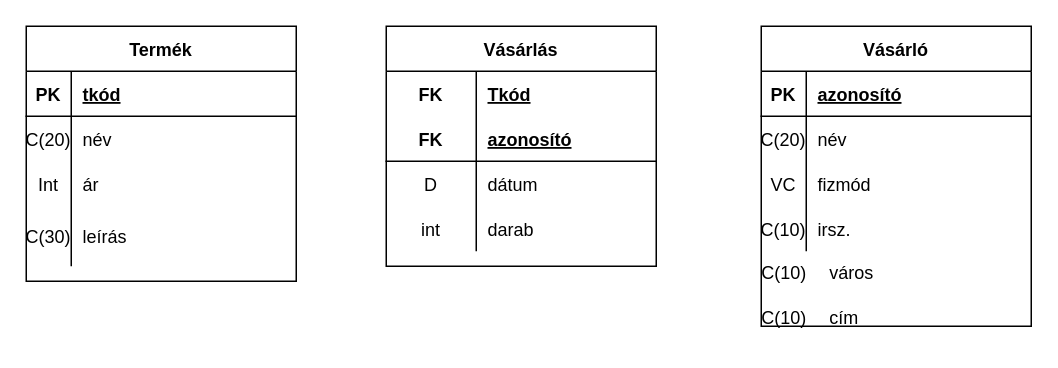
This is page "EZ3YRC_5.1" (1 of 5) of EZ3YRC_1011/5.ora.drawio from Ddavid111/EZ3YRC_DB1Gyak, a draw.io file, before an edit. Source tidied: cells renumbered, new cells numbered last; positions are measured from the earlier drawing's top-left corner, leaving out a move shared by most shapes. Both pictures are drawn from the tidied source at 150%, with x=0, y=0 at pixel (26, 26).
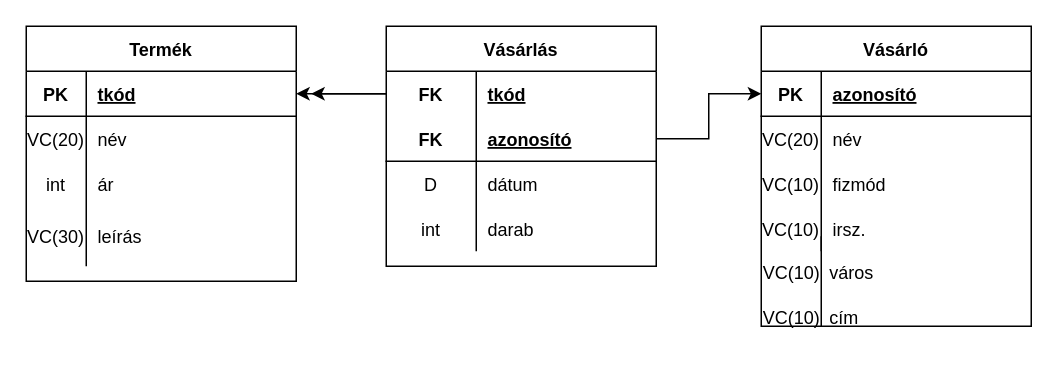
The same page after the edit.

Unchanged cells that the change refers to:
```xml
<mxCell id="3" style="shape=tableRow;horizontal=0;startSize=0;swimlaneHead=0;swimlaneBody=0;fillColor=none;points=[[0,0.5],[1,0.5]];portConstraint=eastwest;top=0;left=0;right=0;bottom=1;" parent="2" vertex="1">
  <mxGeometry y="30" width="180" height="30" as="geometry" />
</mxCell>
<mxCell id="6" style="shape=tableRow;horizontal=0;startSize=0;swimlaneHead=0;swimlaneBody=0;fillColor=none;top=0;left=0;right=0;bottom=0;" parent="2" vertex="1">
  <mxGeometry y="60" width="180" height="30" as="geometry" />
</mxCell>
<mxCell id="9" style="shape=tableRow;horizontal=0;startSize=0;swimlaneHead=0;swimlaneBody=0;fillColor=none;top=0;left=0;right=0;bottom=0;" parent="2" vertex="1">
  <mxGeometry y="90" width="180" height="30" as="geometry" />
</mxCell>
<mxCell id="12" style="shape=tableRow;horizontal=0;startSize=0;swimlaneHead=0;swimlaneBody=0;fillColor=none;top=0;left=0;right=0;bottom=0;" parent="2" vertex="1">
  <mxGeometry y="120" width="180" height="40" as="geometry" />
</mxCell>
<mxCell id="16" style="shape=tableRow;horizontal=0;startSize=0;swimlaneHead=0;swimlaneBody=0;fillColor=none;points=[[0,0.5],[1,0.5]];portConstraint=eastwest;top=0;left=0;right=0;bottom=1;" parent="15" vertex="1">
  <mxGeometry y="30" width="180" height="30" as="geometry" />
</mxCell>
<mxCell id="19" style="shape=tableRow;horizontal=0;startSize=0;swimlaneHead=0;swimlaneBody=0;fillColor=none;top=0;left=0;right=0;bottom=0;" parent="15" vertex="1">
  <mxGeometry y="60" width="180" height="30" as="geometry" />
</mxCell>
<mxCell id="22" style="shape=tableRow;horizontal=0;startSize=0;swimlaneHead=0;swimlaneBody=0;fillColor=none;top=0;left=0;right=0;bottom=0;" parent="15" vertex="1">
  <mxGeometry y="90" width="180" height="30" as="geometry" />
</mxCell>
<mxCell id="25" style="shape=tableRow;horizontal=0;startSize=0;swimlaneHead=0;swimlaneBody=0;fillColor=none;top=0;left=0;right=0;bottom=0;" parent="15" vertex="1">
  <mxGeometry y="120" width="180" height="30" as="geometry" />
</mxCell>
<mxCell id="33" style="shape=tableRow;horizontal=0;startSize=0;swimlaneHead=0;swimlaneBody=0;fillColor=none;points=[[0,0.5],[1,0.5]];portConstraint=eastwest;top=0;left=0;right=0;bottom=0;" parent="32" vertex="1">
  <mxGeometry y="30" width="180" height="30" as="geometry" />
</mxCell>
<mxCell id="36" style="shape=tableRow;horizontal=0;startSize=0;swimlaneHead=0;swimlaneBody=0;fillColor=none;points=[[0,0.5],[1,0.5]];portConstraint=eastwest;top=0;left=0;right=0;bottom=1;" parent="32" vertex="1">
  <mxGeometry y="60" width="180" height="30" as="geometry" />
</mxCell>
```

Change to the diagram source:
```diff
@@
     <mxCell id="4" value="PK" style="shape=partialRectangle;fillColor=none;top=0;left=0;bottom=0;right=0;fontStyle=1;overflow=hidden;" parent="3" vertex="1">
-      <mxGeometry width="30" height="30" as="geometry" />
+      <mxGeometry width="40" height="30" as="geometry" />
     </mxCell>
     <mxCell id="5" value="tkód" style="shape=partialRectangle;fillColor=none;top=0;left=0;bottom=0;right=0;align=left;spacingLeft=6;fontStyle=5;overflow=hidden;" parent="3" vertex="1">
-      <mxGeometry x="30" width="150" height="30" as="geometry" />
+      <mxGeometry x="40" width="140" height="30" as="geometry" />
     </mxCell>
@@
-    <mxCell id="7" value="C(20)" style="shape=partialRectangle;fillColor=none;top=0;left=0;bottom=0;right=0;overflow=hidden;" parent="6" vertex="1">
-      <mxGeometry width="30" height="30" as="geometry" />
+    <mxCell id="7" value="VC(20)" style="shape=partialRectangle;fillColor=none;top=0;left=0;bottom=0;right=0;overflow=hidden;" parent="6" vertex="1">
+      <mxGeometry width="40" height="30" as="geometry" />
     </mxCell>
     <mxCell id="8" value="név" style="shape=partialRectangle;fillColor=none;top=0;left=0;bottom=0;right=0;align=left;spacingLeft=6;overflow=hidden;" parent="6" vertex="1">
-      <mxGeometry x="30" width="150" height="30" as="geometry" />
+      <mxGeometry x="40" width="140" height="30" as="geometry" />
     </mxCell>
@@
-    <mxCell id="10" value="Int" style="shape=partialRectangle;fillColor=none;top=0;left=0;bottom=0;right=0;overflow=hidden;" parent="9" vertex="1">
-      <mxGeometry width="30" height="30" as="geometry" />
+    <mxCell id="10" value="int" style="shape=partialRectangle;fillColor=none;top=0;left=0;bottom=0;right=0;overflow=hidden;" parent="9" vertex="1">
+      <mxGeometry width="40" height="30" as="geometry" />
     </mxCell>
     <mxCell id="11" value="ár" style="shape=partialRectangle;fillColor=none;top=0;left=0;bottom=0;right=0;align=left;spacingLeft=6;overflow=hidden;" parent="9" vertex="1">
-      <mxGeometry x="30" width="150" height="30" as="geometry" />
+      <mxGeometry x="40" width="140" height="30" as="geometry" />
     </mxCell>
@@
-    <mxCell id="13" value="C(30)" style="shape=partialRectangle;fillColor=none;top=0;left=0;bottom=0;right=0;overflow=hidden;" parent="12" vertex="1">
-      <mxGeometry width="30" height="40" as="geometry" />
+    <mxCell id="13" value="VC(30)" style="shape=partialRectangle;fillColor=none;top=0;left=0;bottom=0;right=0;overflow=hidden;" parent="12" vertex="1">
+      <mxGeometry width="40" height="40" as="geometry" />
     </mxCell>
     <mxCell id="14" value="leírás" style="shape=partialRectangle;fillColor=none;top=0;left=0;bottom=0;right=0;align=left;spacingLeft=6;overflow=hidden;" parent="12" vertex="1">
-      <mxGeometry x="30" width="150" height="40" as="geometry" />
+      <mxGeometry x="40" width="140" height="40" as="geometry" />
     </mxCell>
@@
     <mxCell id="17" value="PK" style="shape=partialRectangle;fillColor=none;top=0;left=0;bottom=0;right=0;fontStyle=1;overflow=hidden;" parent="16" vertex="1">
-      <mxGeometry width="30" height="30" as="geometry" />
+      <mxGeometry width="40" height="30" as="geometry" />
     </mxCell>
     <mxCell id="18" value="azonosító" style="shape=partialRectangle;fillColor=none;top=0;left=0;bottom=0;right=0;align=left;spacingLeft=6;fontStyle=5;overflow=hidden;" parent="16" vertex="1">
-      <mxGeometry x="30" width="150" height="30" as="geometry" />
+      <mxGeometry x="40" width="140" height="30" as="geometry" />
     </mxCell>
@@
-    <mxCell id="20" value="C(20)" style="shape=partialRectangle;fillColor=none;top=0;left=0;bottom=0;right=0;overflow=hidden;" parent="19" vertex="1">
-      <mxGeometry width="30" height="30" as="geometry" />
+    <mxCell id="20" value="VC(20)" style="shape=partialRectangle;fillColor=none;top=0;left=0;bottom=0;right=0;overflow=hidden;" parent="19" vertex="1">
+      <mxGeometry width="40" height="30" as="geometry" />
     </mxCell>
     <mxCell id="21" value="név" style="shape=partialRectangle;fillColor=none;top=0;left=0;bottom=0;right=0;align=left;spacingLeft=6;overflow=hidden;" parent="19" vertex="1">
-      <mxGeometry x="30" width="150" height="30" as="geometry" />
+      <mxGeometry x="40" width="140" height="30" as="geometry" />
     </mxCell>
@@
-    <mxCell id="23" value="VC" style="shape=partialRectangle;fillColor=none;top=0;left=0;bottom=0;right=0;overflow=hidden;" parent="22" vertex="1">
-      <mxGeometry width="30" height="30" as="geometry" />
+    <mxCell id="23" value="VC(10)" style="shape=partialRectangle;fillColor=none;top=0;left=0;bottom=0;right=0;overflow=hidden;" parent="22" vertex="1">
+      <mxGeometry width="40" height="30" as="geometry" />
     </mxCell>
     <mxCell id="24" value="fizmód" style="shape=partialRectangle;fillColor=none;top=0;left=0;bottom=0;right=0;align=left;spacingLeft=6;overflow=hidden;" parent="22" vertex="1">
-      <mxGeometry x="30" width="150" height="30" as="geometry" />
+      <mxGeometry x="40" width="140" height="30" as="geometry" />
     </mxCell>
@@
-    <mxCell id="26" value="C(10)" style="shape=partialRectangle;fillColor=none;top=0;left=0;bottom=0;right=0;overflow=hidden;" parent="25" vertex="1">
-      <mxGeometry width="30" height="30" as="geometry" />
+    <mxCell id="26" value="VC(10)" style="shape=partialRectangle;fillColor=none;top=0;left=0;bottom=0;right=0;overflow=hidden;" parent="25" vertex="1">
+      <mxGeometry width="40" height="30" as="geometry" />
     </mxCell>
     <mxCell id="27" value="irsz." style="shape=partialRectangle;fillColor=none;top=0;left=0;bottom=0;right=0;align=left;spacingLeft=6;overflow=hidden;" parent="25" vertex="1">
-      <mxGeometry x="30" width="150" height="30" as="geometry" />
+      <mxGeometry x="40" width="140" height="30" as="geometry" />
     </mxCell>
@@
-    <mxCell id="30" value="C(10)" style="text;html=1;align=center;verticalAlign=middle;strokeColor=none;fillColor=none;" parent="1" vertex="1">
-      <mxGeometry x="480" y="150" width="50" height="30" as="geometry" />
+    <mxCell id="30" value="VC(10)" style="text;html=1;align=center;verticalAlign=middle;strokeColor=none;fillColor=none;" parent="1" vertex="1">
+      <mxGeometry x="480" y="150" width="60" height="30" as="geometry" />
     </mxCell>
-    <mxCell id="31" value="C(10)" style="text;html=1;align=center;verticalAlign=middle;strokeColor=none;fillColor=none;" parent="1" vertex="1">
-      <mxGeometry x="480" y="180" width="50" height="30" as="geometry" />
+    <mxCell id="31" value="VC(10)" style="text;html=1;align=center;verticalAlign=middle;strokeColor=none;fillColor=none;" parent="1" vertex="1">
+      <mxGeometry x="480" y="180" width="60" height="30" as="geometry" />
     </mxCell>
@@
-    <mxCell id="35" value="Tkód" style="shape=partialRectangle;fillColor=none;top=0;left=0;bottom=0;right=0;align=left;spacingLeft=6;fontStyle=5;overflow=hidden;" parent="33" vertex="1">
+    <mxCell id="35" value="tkód" style="shape=partialRectangle;fillColor=none;top=0;left=0;bottom=0;right=0;align=left;spacingLeft=6;fontStyle=5;overflow=hidden;" parent="33" vertex="1">
       <mxGeometry x="60" width="120" height="30" as="geometry" />
     </mxCell>
@@
+    <mxCell id="45" style="endArrow=none;html=1;rounded=0;" parent="1" edge="1">
+      <mxGeometry relative="1" as="geometry">
+        <mxPoint x="530" y="200" as="sourcePoint" />
+        <mxPoint x="530" y="140" as="targetPoint" />
+      </mxGeometry>
+    </mxCell>
+    <mxCell id="46" style="edgeStyle=orthogonalEdgeStyle;rounded=0;jettySize=auto;html=1;exitX=0;exitY=0.5;exitDx=0;exitDy=0;entryX=1;entryY=0.5;entryDx=0;entryDy=0;" parent="1" edge="1" source="33" target="3">
+      <mxGeometry relative="1" as="geometry" />
+    </mxCell>
+    <mxCell id="47" style="edgeStyle=orthogonalEdgeStyle;rounded=0;jettySize=auto;html=1;exitX=1;exitY=0.5;exitDx=0;exitDy=0;entryX=0;entryY=0.5;entryDx=0;entryDy=0;" parent="1" edge="1" source="36" target="16">
+      <mxGeometry relative="1" as="geometry" />
+    </mxCell>
+    <mxCell id="48" style="endArrow=classic;html=1;rounded=0;exitX=0;exitY=0.5;exitDx=0;exitDy=0;" parent="1" edge="1" source="33">
+      <mxGeometry relative="1" as="geometry">
+        <mxPoint x="190" y="45" as="targetPoint" />
+      </mxGeometry>
+    </mxCell>
```
